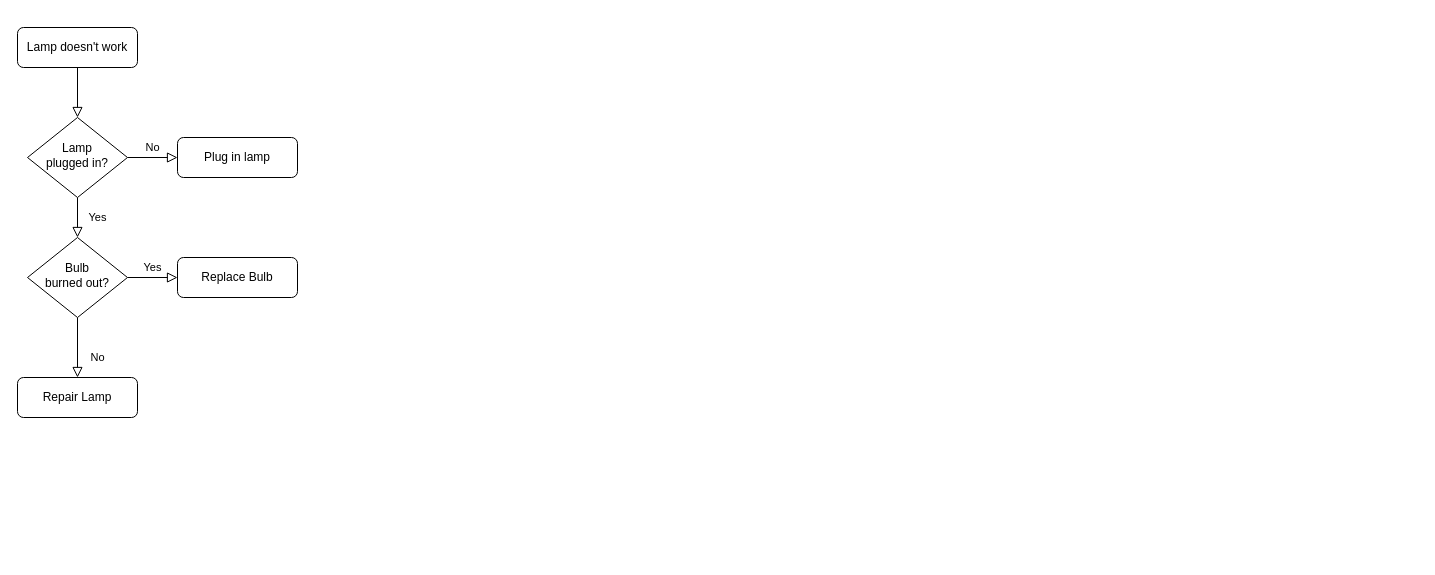
This is Untitled Diagram.drawio from wizard-agb/dashboard, a draw.io file, before an edit. Source tidied: cells renumbered, new cells numbered last; positions are measured from the earlier drawing's top-left corner, leaving out a move shared by most shapes. Both pictures are drawn from the tidied source at 100%, with x=0, y=0 at pixel (17, 27).
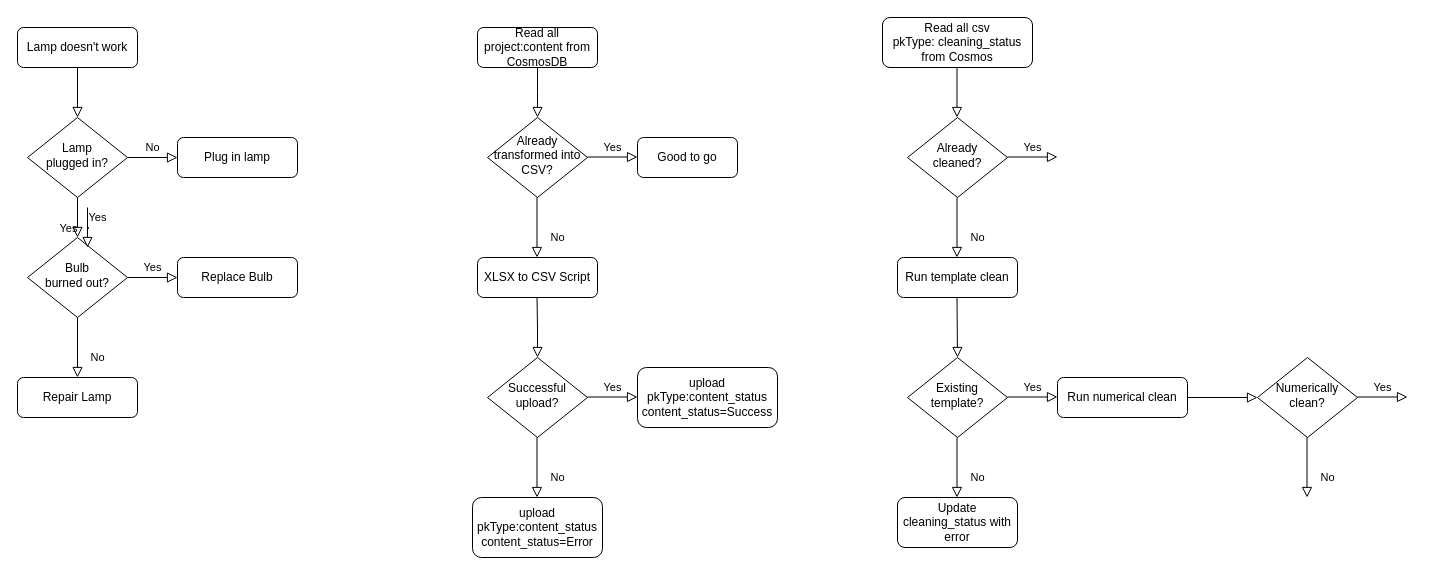
Above is the later version.

Diff of the diagram source:
```diff
@@
+    <mxCell id="13" style="rounded=0;html=1;jettySize=auto;fontSize=11;endArrow=block;endFill=0;endSize=8;strokeWidth=1;shadow=0;labelBackgroundColor=none;edgeStyle=orthogonalEdgeStyle;" parent="1" edge="1" source="14">
+      <mxGeometry relative="1" as="geometry">
+        <mxPoint x="520" y="90" as="targetPoint" />
+      </mxGeometry>
+    </mxCell>
+    <mxCell id="14" value="Read all project:content from CosmosDB" style="rounded=1;whiteSpace=wrap;html=1;fontSize=12;glass=0;strokeWidth=1;shadow=0;" parent="1" vertex="1">
+      <mxGeometry x="460" width="120" height="40" as="geometry" />
+    </mxCell>
+    <mxCell id="15" value="Already transformed into CSV?" style="rhombus;whiteSpace=wrap;html=1;shadow=0;fontFamily=Helvetica;fontSize=12;align=center;strokeWidth=1;spacing=6;spacingTop=-4;" parent="1" vertex="1">
+      <mxGeometry x="470" y="90" width="100" height="80" as="geometry" />
+    </mxCell>
+    <mxCell id="16" value="Yes" style="rounded=0;html=1;jettySize=auto;orthogonalLoop=1;fontSize=11;endArrow=block;endFill=0;endSize=8;strokeWidth=1;shadow=0;labelBackgroundColor=none;edgeStyle=orthogonalEdgeStyle;" parent="1" edge="1">
+      <mxGeometry y="20" relative="1" as="geometry">
+        <mxPoint x="70" y="180" as="sourcePoint" />
+        <mxPoint x="70" y="220" as="targetPoint" />
+        <Array as="points">
+          <mxPoint x="70" y="201" />
+          <mxPoint x="71" y="201" />
+          <mxPoint x="71" y="200" />
+          <mxPoint x="70" y="200" />
+        </Array>
+      </mxGeometry>
+    </mxCell>
+    <mxCell id="17" value="Yes" style="edgeStyle=orthogonalEdgeStyle;rounded=0;html=1;jettySize=auto;orthogonalLoop=1;fontSize=11;endArrow=block;endFill=0;endSize=8;strokeWidth=1;shadow=0;labelBackgroundColor=none;" parent="1" edge="1">
+      <mxGeometry y="10" relative="1" as="geometry">
+        <mxPoint x="570" y="129.5" as="sourcePoint" />
+        <mxPoint x="620" y="129.5" as="targetPoint" />
+      </mxGeometry>
+    </mxCell>
+    <mxCell id="18" value="No" style="rounded=0;html=1;jettySize=auto;orthogonalLoop=1;fontSize=11;endArrow=block;endFill=0;endSize=8;strokeWidth=1;shadow=0;labelBackgroundColor=none;edgeStyle=orthogonalEdgeStyle;" parent="1" edge="1">
+      <mxGeometry x="0.33" y="20" relative="1" as="geometry">
+        <mxPoint x="519.5" y="170" as="sourcePoint" />
+        <mxPoint x="519.5" y="230" as="targetPoint" />
+      </mxGeometry>
+    </mxCell>
+    <mxCell id="19" value="XLSX to CSV Script" style="rounded=1;whiteSpace=wrap;html=1;fontSize=12;glass=0;strokeWidth=1;shadow=0;" parent="1" vertex="1">
+      <mxGeometry x="460" y="230" width="120" height="40" as="geometry" />
+    </mxCell>
+    <mxCell id="20" value="Successful upload?" style="rhombus;whiteSpace=wrap;html=1;shadow=0;fontFamily=Helvetica;fontSize=12;align=center;strokeWidth=1;spacing=6;spacingTop=-4;" parent="1" vertex="1">
+      <mxGeometry x="470" y="330" width="100" height="80" as="geometry" />
+    </mxCell>
+    <mxCell id="21" value="Yes" style="edgeStyle=orthogonalEdgeStyle;rounded=0;html=1;jettySize=auto;orthogonalLoop=1;fontSize=11;endArrow=block;endFill=0;endSize=8;strokeWidth=1;shadow=0;labelBackgroundColor=none;" parent="1" edge="1">
+      <mxGeometry y="10" relative="1" as="geometry">
+        <mxPoint x="570" y="369.5" as="sourcePoint" />
+        <mxPoint x="620" y="369.5" as="targetPoint" />
+      </mxGeometry>
+    </mxCell>
+    <mxCell id="22" value="No" style="rounded=0;html=1;jettySize=auto;orthogonalLoop=1;fontSize=11;endArrow=block;endFill=0;endSize=8;strokeWidth=1;shadow=0;labelBackgroundColor=none;edgeStyle=orthogonalEdgeStyle;" parent="1" edge="1">
+      <mxGeometry x="0.33" y="20" relative="1" as="geometry">
+        <mxPoint x="519.5" y="410" as="sourcePoint" />
+        <mxPoint x="519.5" y="470" as="targetPoint" />
+      </mxGeometry>
+    </mxCell>
+    <mxCell id="23" value="upload pkType:content_status&lt;div&gt;content_status=Error&lt;/div&gt;" style="rounded=1;whiteSpace=wrap;html=1;fontSize=12;glass=0;strokeWidth=1;shadow=0;" parent="1" vertex="1">
+      <mxGeometry x="455" y="470" width="130" height="60" as="geometry" />
+    </mxCell>
+    <mxCell id="24" value="upload pkType:content_status&lt;div&gt;content_status=Success&lt;/div&gt;" style="rounded=1;whiteSpace=wrap;html=1;fontSize=12;glass=0;strokeWidth=1;shadow=0;" parent="1" vertex="1">
+      <mxGeometry x="620" y="340" width="140" height="60" as="geometry" />
+    </mxCell>
+    <mxCell id="25" value="Good to go" style="rounded=1;whiteSpace=wrap;html=1;fontSize=12;glass=0;strokeWidth=1;shadow=0;" parent="1" vertex="1">
+      <mxGeometry x="620" y="110" width="100" height="40" as="geometry" />
+    </mxCell>
+    <mxCell id="26" value="Read all csv&lt;div&gt;pkType: cleaning_status&lt;/div&gt;&lt;div&gt;from Cosmos&lt;/div&gt;" style="rounded=1;whiteSpace=wrap;html=1;fontSize=12;glass=0;strokeWidth=1;shadow=0;" parent="1" vertex="1">
+      <mxGeometry x="865" y="-10" width="150" height="50" as="geometry" />
+    </mxCell>
+    <mxCell id="27" style="rounded=0;html=1;jettySize=auto;orthogonalLoop=1;fontSize=11;endArrow=block;endFill=0;endSize=8;strokeWidth=1;shadow=0;labelBackgroundColor=none;edgeStyle=orthogonalEdgeStyle;" parent="1" edge="1">
+      <mxGeometry relative="1" as="geometry">
+        <mxPoint x="939.5" y="40" as="sourcePoint" />
+        <mxPoint x="939.5" y="90" as="targetPoint" />
+      </mxGeometry>
+    </mxCell>
+    <mxCell id="28" value="Already cleaned?" style="rhombus;whiteSpace=wrap;html=1;shadow=0;fontFamily=Helvetica;fontSize=12;align=center;strokeWidth=1;spacing=6;spacingTop=-4;" parent="1" vertex="1">
+      <mxGeometry x="890" y="90" width="100" height="80" as="geometry" />
+    </mxCell>
+    <mxCell id="29" value="Yes" style="edgeStyle=orthogonalEdgeStyle;rounded=0;html=1;jettySize=auto;orthogonalLoop=1;fontSize=11;endArrow=block;endFill=0;endSize=8;strokeWidth=1;shadow=0;labelBackgroundColor=none;" parent="1" edge="1">
+      <mxGeometry y="10" relative="1" as="geometry">
+        <mxPoint x="990" y="129.5" as="sourcePoint" />
+        <mxPoint x="1040" y="129.5" as="targetPoint" />
+      </mxGeometry>
+    </mxCell>
+    <mxCell id="30" value="No" style="rounded=0;html=1;jettySize=auto;orthogonalLoop=1;fontSize=11;endArrow=block;endFill=0;endSize=8;strokeWidth=1;shadow=0;labelBackgroundColor=none;edgeStyle=orthogonalEdgeStyle;" parent="1" edge="1">
+      <mxGeometry x="0.33" y="20" relative="1" as="geometry">
+        <mxPoint x="939.5" y="170" as="sourcePoint" />
+        <mxPoint x="939.5" y="230" as="targetPoint" />
+      </mxGeometry>
+    </mxCell>
+    <mxCell id="31" value="Run template clean" style="rounded=1;whiteSpace=wrap;html=1;fontSize=12;glass=0;strokeWidth=1;shadow=0;" parent="1" vertex="1">
+      <mxGeometry x="880" y="230" width="120" height="40" as="geometry" />
+    </mxCell>
+    <mxCell id="32" value="Existing template?" style="rhombus;whiteSpace=wrap;html=1;shadow=0;fontFamily=Helvetica;fontSize=12;align=center;strokeWidth=1;spacing=6;spacingTop=-4;" parent="1" vertex="1">
+      <mxGeometry x="890" y="330" width="100" height="80" as="geometry" />
+    </mxCell>
+    <mxCell id="33" value="Yes" style="edgeStyle=orthogonalEdgeStyle;rounded=0;html=1;jettySize=auto;orthogonalLoop=1;fontSize=11;endArrow=block;endFill=0;endSize=8;strokeWidth=1;shadow=0;labelBackgroundColor=none;" parent="1" edge="1">
+      <mxGeometry y="10" relative="1" as="geometry">
+        <mxPoint x="990" y="369.5" as="sourcePoint" />
+        <mxPoint x="1040" y="369.5" as="targetPoint" />
+      </mxGeometry>
+    </mxCell>
+    <mxCell id="34" value="No" style="rounded=0;html=1;jettySize=auto;orthogonalLoop=1;fontSize=11;endArrow=block;endFill=0;endSize=8;strokeWidth=1;shadow=0;labelBackgroundColor=none;edgeStyle=orthogonalEdgeStyle;" parent="1" edge="1">
+      <mxGeometry x="0.33" y="20" relative="1" as="geometry">
+        <mxPoint x="939.5" y="410" as="sourcePoint" />
+        <mxPoint x="939.5" y="470" as="targetPoint" />
+      </mxGeometry>
+    </mxCell>
+    <mxCell id="35" value="Run numerical clean" style="rounded=1;whiteSpace=wrap;html=1;fontSize=12;glass=0;strokeWidth=1;shadow=0;" parent="1" vertex="1">
+      <mxGeometry x="1040" y="350" width="130" height="40" as="geometry" />
+    </mxCell>
+    <mxCell id="36" value="Update cleaning_status with error" style="rounded=1;whiteSpace=wrap;html=1;fontSize=12;glass=0;strokeWidth=1;shadow=0;" parent="1" vertex="1">
+      <mxGeometry x="880" y="470" width="120" height="50" as="geometry" />
+    </mxCell>
+    <mxCell id="37" value="Numerically&lt;div&gt;clean?&lt;/div&gt;" style="rhombus;whiteSpace=wrap;html=1;shadow=0;fontFamily=Helvetica;fontSize=12;align=center;strokeWidth=1;spacing=6;spacingTop=-4;" parent="1" vertex="1">
+      <mxGeometry x="1240" y="330" width="100" height="80" as="geometry" />
+    </mxCell>
+    <mxCell id="38" style="rounded=0;html=1;jettySize=auto;fontSize=11;endArrow=block;endFill=0;endSize=8;strokeWidth=1;shadow=0;labelBackgroundColor=none;edgeStyle=orthogonalEdgeStyle;entryX=0.5;entryY=0;entryDx=0;entryDy=0;" parent="1" edge="1" target="32">
+      <mxGeometry relative="1" as="geometry">
+        <mxPoint x="939.5" y="270" as="sourcePoint" />
+      </mxGeometry>
+    </mxCell>
+    <mxCell id="39" style="rounded=0;html=1;jettySize=auto;orthogonalLoop=1;fontSize=11;endArrow=block;endFill=0;endSize=8;strokeWidth=1;shadow=0;labelBackgroundColor=none;edgeStyle=orthogonalEdgeStyle;entryX=0.5;entryY=0;entryDx=0;entryDy=0;" parent="1" edge="1">
+      <mxGeometry relative="1" as="geometry">
+        <mxPoint x="519.5" y="270" as="sourcePoint" />
+        <mxPoint x="520" y="330" as="targetPoint" />
+      </mxGeometry>
+    </mxCell>
+    <mxCell id="40" style="rounded=0;html=1;jettySize=auto;fontSize=11;endArrow=block;endFill=0;endSize=8;strokeWidth=1;shadow=0;labelBackgroundColor=none;edgeStyle=orthogonalEdgeStyle;entryX=0;entryY=0.5;entryDx=0;entryDy=0;exitX=1;exitY=0.5;exitDx=0;exitDy=0;" parent="1" edge="1" source="35" target="37">
+      <mxGeometry relative="1" as="geometry" />
+    </mxCell>
+    <mxCell id="41" value="Yes" style="edgeStyle=orthogonalEdgeStyle;rounded=0;html=1;jettySize=auto;orthogonalLoop=1;fontSize=11;endArrow=block;endFill=0;endSize=8;strokeWidth=1;shadow=0;labelBackgroundColor=none;" parent="1" edge="1">
+      <mxGeometry y="10" relative="1" as="geometry">
+        <mxPoint x="1340" y="369.5" as="sourcePoint" />
+        <mxPoint x="1390" y="369.5" as="targetPoint" />
+      </mxGeometry>
+    </mxCell>
+    <mxCell id="42" value="No" style="rounded=0;html=1;jettySize=auto;orthogonalLoop=1;fontSize=11;endArrow=block;endFill=0;endSize=8;strokeWidth=1;shadow=0;labelBackgroundColor=none;edgeStyle=orthogonalEdgeStyle;" parent="1" edge="1">
+      <mxGeometry x="0.33" y="20" relative="1" as="geometry">
+        <mxPoint x="1289.5" y="410" as="sourcePoint" />
+        <mxPoint x="1289.5" y="470" as="targetPoint" />
+      </mxGeometry>
+    </mxCell>
```
